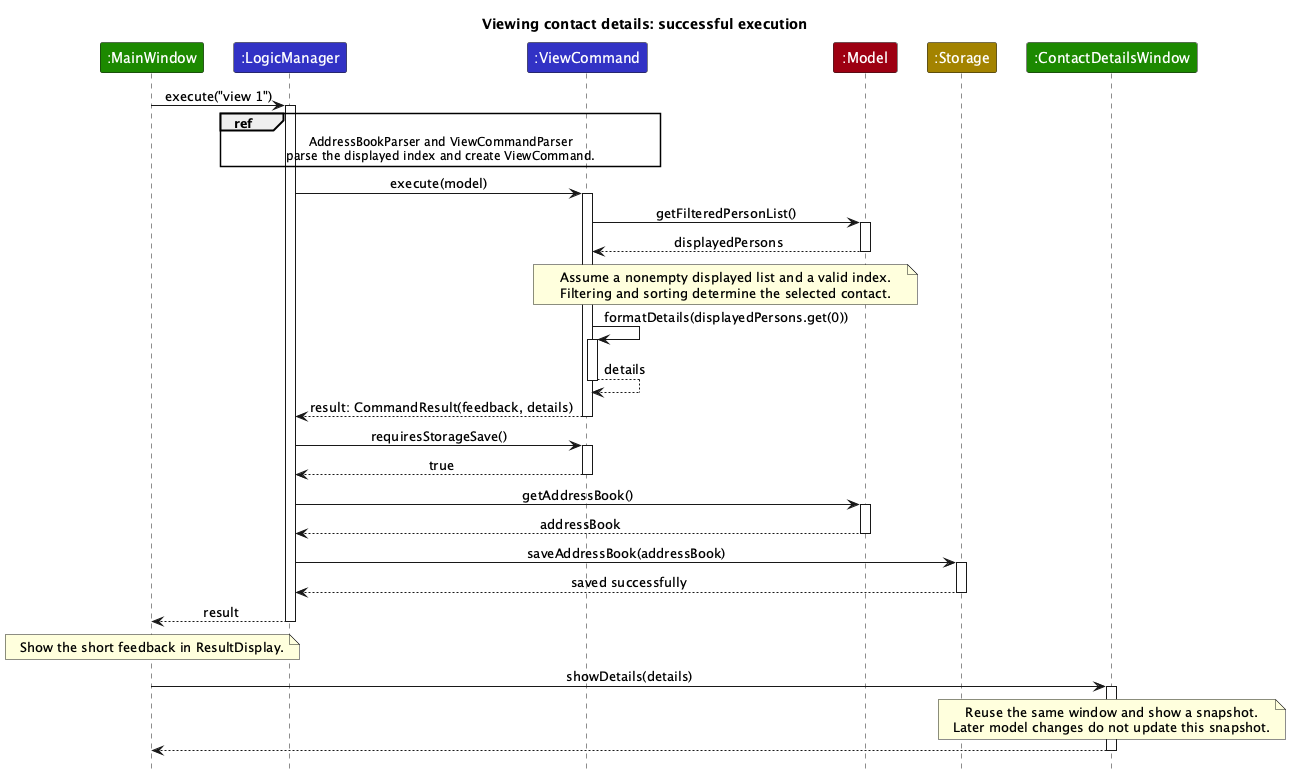
The PlantUML diagram docs/images/ViewContactSequenceDiagram.png in AY2627S1-CS2103T-W10-1/tp, before a commit.
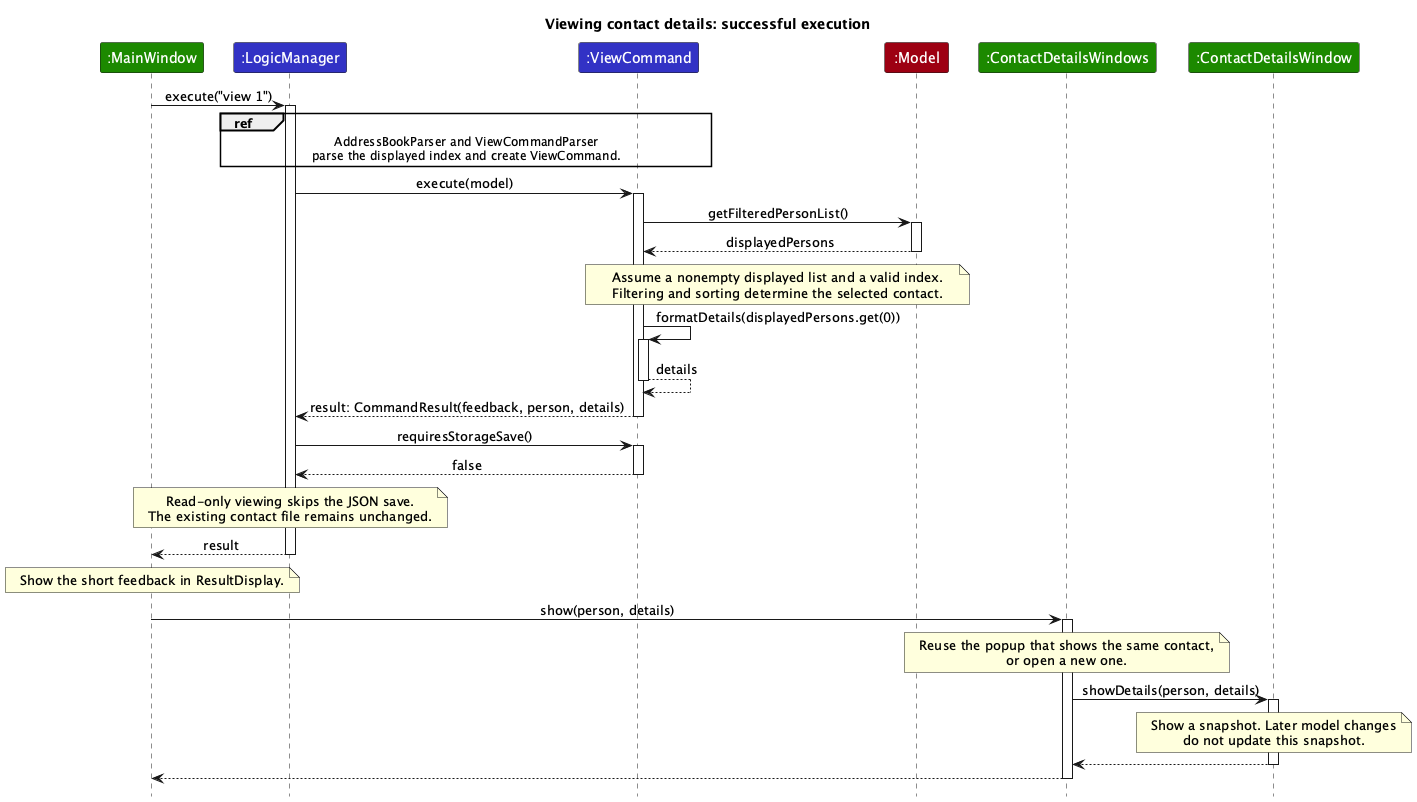
Above is the later version.

The edit, as a diff of the source:
```diff
@@ -7,7 +7,7 @@
 participant ":LogicManager" as LogicManager LOGIC_COLOR
 participant ":ViewCommand" as ViewCommand LOGIC_COLOR
 participant ":Model" as Model MODEL_COLOR
-participant ":Storage" as Storage STORAGE_COLOR
+participant ":ContactDetailsWindows" as Popups UI_COLOR
 participant ":ContactDetailsWindow" as DetailsWindow UI_COLOR
 
 MainWindow -> LogicManager : execute("view 1")
@@ -31,33 +31,37 @@
 activate ViewCommand
 ViewCommand --> ViewCommand : details
 deactivate ViewCommand
-ViewCommand --> LogicManager : result: CommandResult(feedback, details)
+ViewCommand --> LogicManager : result: CommandResult(feedback, person, details)
 deactivate ViewCommand
 
 LogicManager -> ViewCommand : requiresStorageSave()
 activate ViewCommand
-ViewCommand --> LogicManager : true
+ViewCommand --> LogicManager : false
 deactivate ViewCommand
-LogicManager -> Model : getAddressBook()
-activate Model
-Model --> LogicManager : addressBook
-deactivate Model
-LogicManager -> Storage : saveAddressBook(addressBook)
-activate Storage
-Storage --> LogicManager : saved successfully
-deactivate Storage
+note over LogicManager
+Read-only viewing skips the JSON save.
+The existing contact file remains unchanged.
+end note
 LogicManager --> MainWindow : result
 deactivate LogicManager
 
 note over MainWindow
 Show the short feedback in ResultDisplay.
 end note
-MainWindow -> DetailsWindow : showDetails(details)
+MainWindow -> Popups : show(person, details)
+activate Popups
+note over Popups
+Reuse the popup that shows the same contact,
+or open a new one.
+end note
+Popups -> DetailsWindow : showDetails(person, details)
 activate DetailsWindow
 note over DetailsWindow
-Reuse the same window and show a snapshot.
-Later model changes do not update this snapshot.
+Show a snapshot. Later model changes
+do not update this snapshot.
 end note
-DetailsWindow --> MainWindow
+DetailsWindow --> Popups
 deactivate DetailsWindow
+Popups --> MainWindow
+deactivate Popups
 @enduml
```
